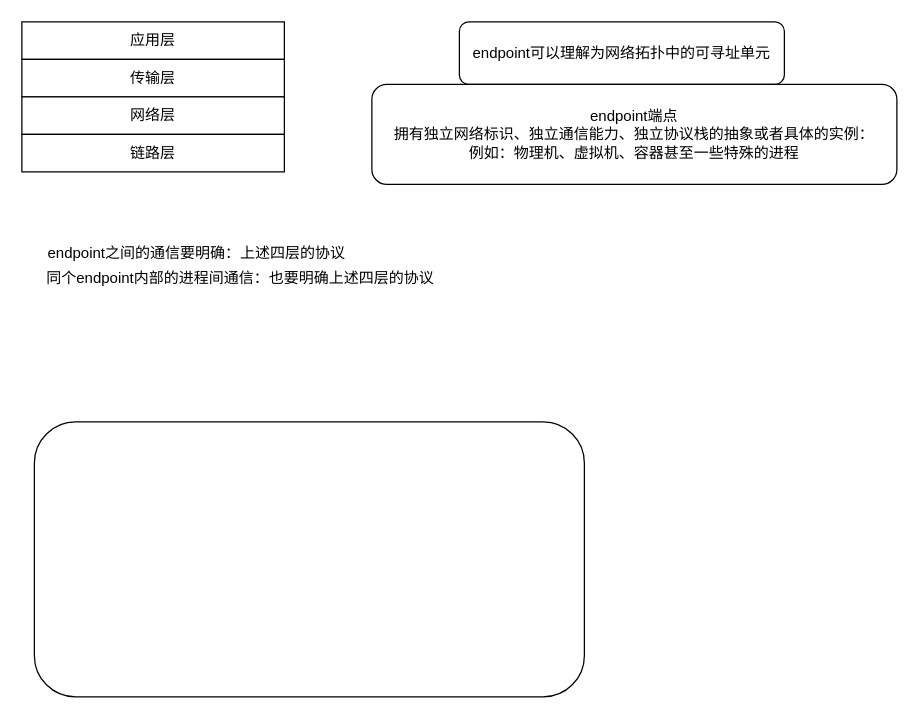
The draw.io diagram 服务架构.drawio in junpfeng/UE, before the edit. Source tidied: cells renumbered, new cells numbered last; positions are measured from the earlier drawing's top-left corner, leaving out a move shared by most shapes. Both pictures are drawn from the tidied source at 125%, with x=0, y=0 at pixel (21, 21).
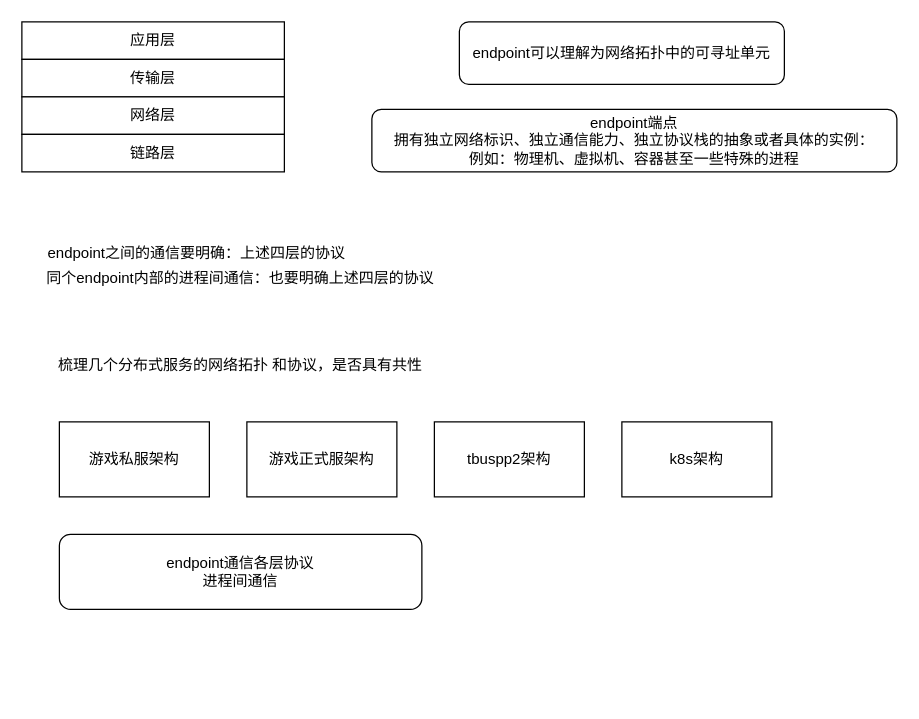
The same page after the edit.

Commit message (it also covers changes not shown here):
更新服务架构.drawio

Change to the diagram source:
```diff
@@
 <mxGraphModel>
   <root>
     <mxCell id="0" />
     <mxCell id="1" parent="0" />
     <mxCell id="2" value="应用层" style="rounded=0;whiteSpace=wrap;html=1;" parent="1" vertex="1">
       <mxGeometry width="210" height="30" as="geometry" />
     </mxCell>
     <mxCell id="3" value="传输层" style="rounded=0;whiteSpace=wrap;html=1;" parent="1" vertex="1">
       <mxGeometry y="30" width="210" height="30" as="geometry" />
     </mxCell>
     <mxCell id="4" value="网络层" style="rounded=0;whiteSpace=wrap;html=1;" parent="1" vertex="1">
       <mxGeometry y="60" width="210" height="30" as="geometry" />
     </mxCell>
     <mxCell id="5" value="链路层" style="rounded=0;whiteSpace=wrap;html=1;" parent="1" vertex="1">
       <mxGeometry y="90" width="210" height="30" as="geometry" />
     </mxCell>
     <mxCell id="6" value="endpoint可以理解为网络拓扑中的可寻址单元" style="rounded=1;whiteSpace=wrap;html=1;" parent="1" vertex="1">
       <mxGeometry x="350" width="260" height="50" as="geometry" />
     </mxCell>
     <mxCell id="7" value="endpoint端点&lt;div&gt;拥有独立网络标识、独立通信能力、独立协议栈的抽象或者具体的实例：&lt;/div&gt;&lt;div&gt;例如：物理机、虚拟机、容器甚至一些特殊的进程&lt;/div&gt;" style="rounded=1;whiteSpace=wrap;html=1;" parent="1" vertex="1">
-      <mxGeometry x="280" y="50" width="420" height="80" as="geometry" />
+      <mxGeometry x="280" y="70" width="420" height="50" as="geometry" />
     </mxCell>
-    <mxCell id="8" style="rounded=1;whiteSpace=wrap;html=1;" parent="1" vertex="1">
-      <mxGeometry x="10" y="320" width="440" height="220" as="geometry" />
-    </mxCell>
     <mxCell id="9" value="endpoint之间的通信要明确：上述四层的协议" style="text;html=1;align=center;verticalAlign=middle;whiteSpace=wrap;rounded=0;" parent="1" vertex="1">
       <mxGeometry x="10" y="170" width="260" height="30" as="geometry" />
     </mxCell>
     <mxCell id="10" value="同个endpoint内部的进程间通信：也要明确上述四层的协议" style="text;html=1;align=center;verticalAlign=middle;whiteSpace=wrap;rounded=0;" parent="1" vertex="1">
       <mxGeometry x="10" y="190" width="330" height="30" as="geometry" />
     </mxCell>
+    <mxCell id="11" value="梳理几个分布式服务的网络拓扑 和协议，是否具有共性" style="text;html=1;align=center;verticalAlign=middle;whiteSpace=wrap;rounded=0;" parent="1" vertex="1">
+      <mxGeometry x="20" y="260" width="310" height="30" as="geometry" />
+    </mxCell>
+    <mxCell id="12" value="游戏私服架构" style="rounded=0;whiteSpace=wrap;html=1;" parent="1" vertex="1">
+      <mxGeometry x="30" y="320" width="120" height="60" as="geometry" />
+    </mxCell>
+    <mxCell id="13" value="游戏正式服架构" style="rounded=0;whiteSpace=wrap;html=1;" parent="1" vertex="1">
+      <mxGeometry x="180" y="320" width="120" height="60" as="geometry" />
+    </mxCell>
+    <mxCell id="14" value="tbuspp2架构" style="rounded=0;whiteSpace=wrap;html=1;" parent="1" vertex="1">
+      <mxGeometry x="330" y="320" width="120" height="60" as="geometry" />
+    </mxCell>
+    <mxCell id="15" value="k8s架构" style="rounded=0;whiteSpace=wrap;html=1;" parent="1" vertex="1">
+      <mxGeometry x="480" y="320" width="120" height="60" as="geometry" />
+    </mxCell>
+    <mxCell id="16" value="endpoint通信各层协议&lt;div&gt;进程间通信&lt;/div&gt;" style="rounded=1;whiteSpace=wrap;html=1;" parent="1" vertex="1">
+      <mxGeometry x="30" y="410" width="290" height="60" as="geometry" />
+    </mxCell>
   </root>
 </mxGraphModel>
```
